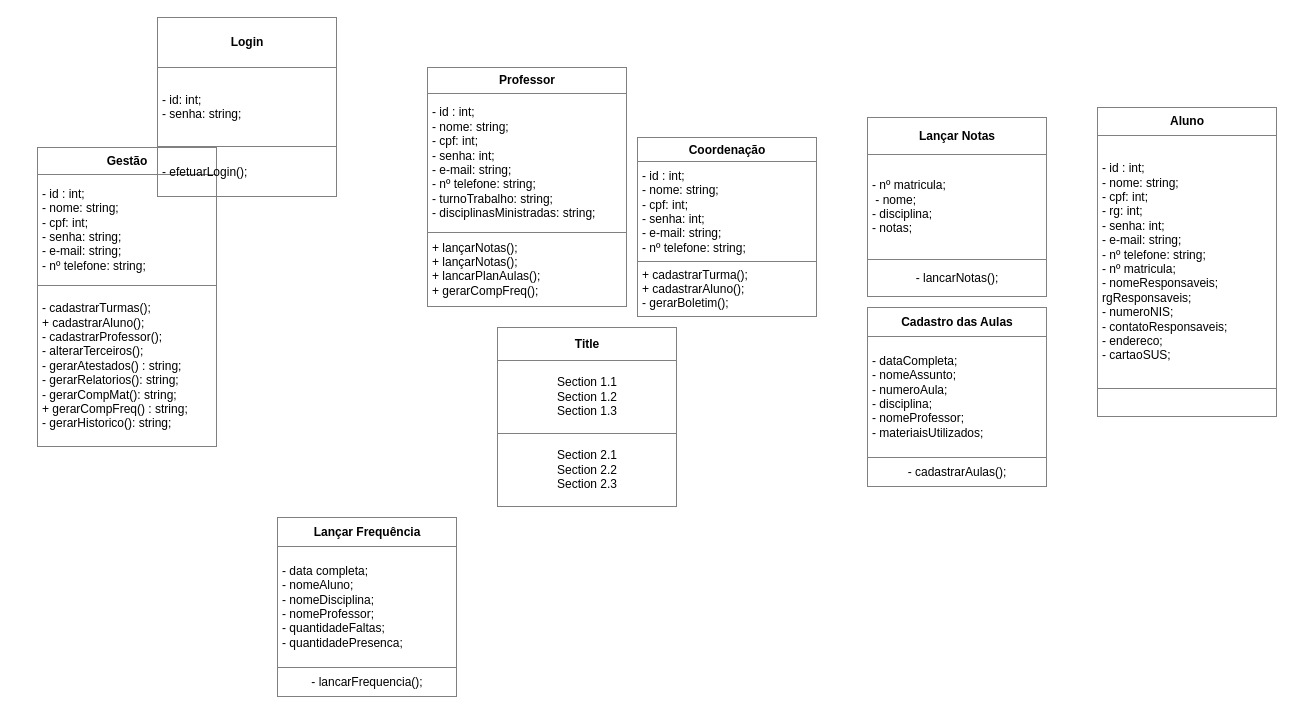
Earlier version of the draw.io diagram DIAGRAMA DE CLASSE.drawio (LizReis/An-lise-de-Sistemas). Source tidied: cells renumbered, new cells numbered last; positions are measured from the earlier drawing's top-left corner, leaving out a move shared by most shapes. Both pictures are drawn from the tidied source at 100%, with x=0, y=0 at pixel (37, 17).
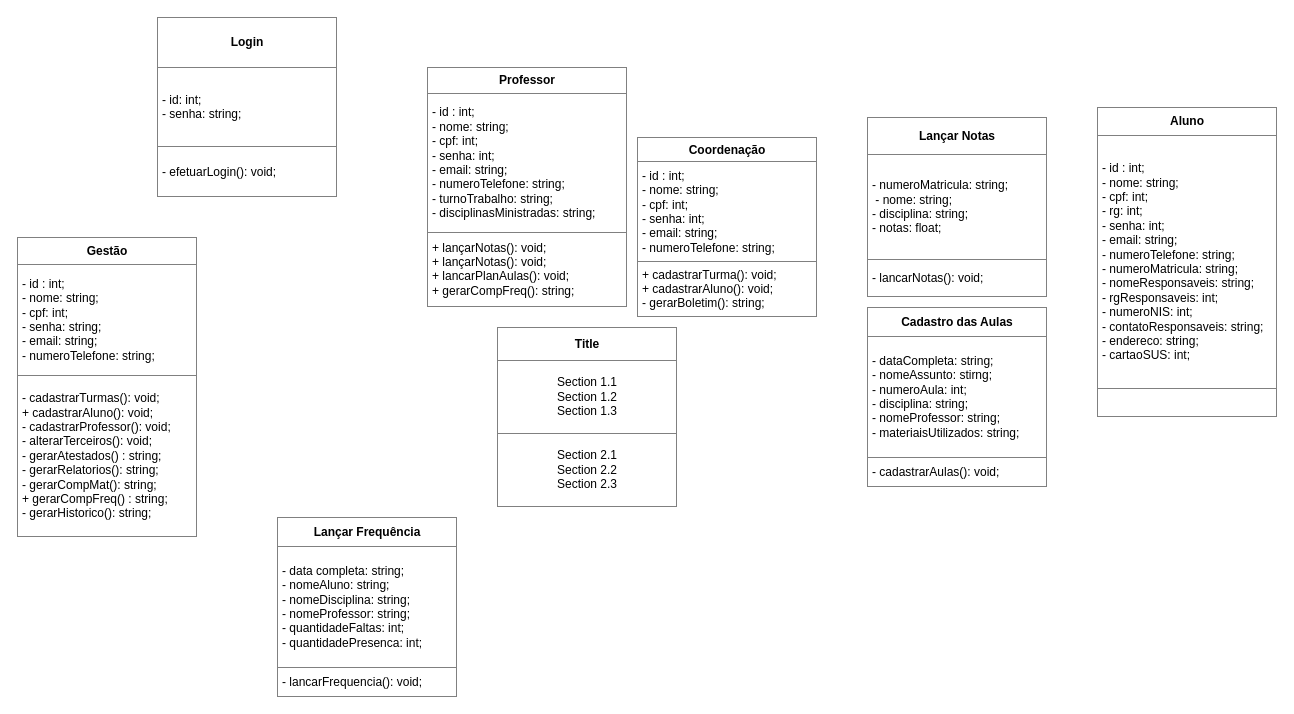
After the change.

What changed in the source:
```diff
@@
 <mxGraphModel>
   <root>
     <mxCell id="0" />
     <mxCell id="1" parent="0" />
-    <mxCell id="2" value="&lt;table border=&quot;1&quot; width=&quot;100%&quot; height=&quot;100%&quot; cellpadding=&quot;4&quot; style=&quot;width:100%;height:100%;border-collapse:collapse;&quot;&gt;&lt;tbody&gt;&lt;tr&gt;&lt;th align=&quot;center&quot;&gt;&lt;b&gt;Gestão&lt;/b&gt;&lt;/th&gt;&lt;/tr&gt;&lt;tr&gt;&lt;td&gt;- id : int;&lt;br&gt;- nome: string;&lt;br&gt;- cpf: int;&lt;br&gt;- senha: string;&lt;br&gt;- e-mail: string;&lt;br&gt;- nº telefone: string;&lt;/td&gt;&lt;/tr&gt;&lt;tr&gt;&lt;td&gt;- cadastrarTurmas();&lt;br&gt;+ cadastrarAluno();&lt;br&gt;- cadastrarProfessor();&lt;br&gt;- alterarTerceiros();&lt;br&gt;- gerarAtestados() : string;&lt;br&gt;- gerarRelatorios(): string;&lt;br&gt;- gerarCompMat(): string;&lt;br&gt;+ gerarCompFreq() : string;&lt;br&gt;- gerarHistorico(): string;&lt;br&gt;&lt;/td&gt;&lt;/tr&gt;&lt;/tbody&gt;&lt;/table&gt;" style="text;html=1;whiteSpace=wrap;strokeColor=none;fillColor=none;overflow=fill;" parent="1" vertex="1">
-      <mxGeometry y="130" width="180" height="300" as="geometry" />
+    <mxCell id="2" value="&lt;table border=&quot;1&quot; width=&quot;100%&quot; height=&quot;100%&quot; cellpadding=&quot;4&quot; style=&quot;width:100%;height:100%;border-collapse:collapse;&quot;&gt;&lt;tbody&gt;&lt;tr&gt;&lt;th align=&quot;center&quot;&gt;&lt;b&gt;Gestão&lt;/b&gt;&lt;/th&gt;&lt;/tr&gt;&lt;tr&gt;&lt;td&gt;- id : int;&lt;br&gt;- nome: string;&lt;br&gt;- cpf: int;&lt;br&gt;- senha: string;&lt;br&gt;- email: string;&lt;br&gt;- numeroTelefone: string;&lt;/td&gt;&lt;/tr&gt;&lt;tr&gt;&lt;td&gt;- cadastrarTurmas(): void;&lt;br&gt;+ cadastrarAluno(): void;&lt;br&gt;- cadastrarProfessor(): void;&lt;br&gt;- alterarTerceiros(): void;&lt;br&gt;- gerarAtestados() : string;&lt;br&gt;- gerarRelatorios(): string;&lt;br&gt;- gerarCompMat(): string;&lt;br&gt;+ gerarCompFreq() : string;&lt;br&gt;- gerarHistorico(): string;&lt;br&gt;&lt;/td&gt;&lt;/tr&gt;&lt;/tbody&gt;&lt;/table&gt;" style="text;html=1;whiteSpace=wrap;strokeColor=none;fillColor=none;overflow=fill;" parent="1" vertex="1">
+      <mxGeometry x="-20" y="220" width="180" height="300" as="geometry" />
     </mxCell>
-    <mxCell id="3" value="&lt;table border=&quot;1&quot; width=&quot;100%&quot; height=&quot;100%&quot; cellpadding=&quot;4&quot; style=&quot;width:100%;height:100%;border-collapse:collapse;&quot;&gt;&lt;tbody&gt;&lt;tr&gt;&lt;th align=&quot;center&quot;&gt;&lt;b&gt;Coordenação&lt;/b&gt;&lt;/th&gt;&lt;/tr&gt;&lt;tr&gt;&lt;td&gt;- id : int;&lt;br&gt;- nome: string;&lt;br&gt;- cpf: int;&lt;br&gt;- senha: int;&lt;br&gt;- e-mail: string;&lt;br&gt;- nº telefone: string;&lt;/td&gt;&lt;/tr&gt;&lt;tr&gt;&lt;td&gt;+ cadastrarTurma();&lt;br&gt;+ cadastrarAluno();&lt;br&gt;- gerarBoletim();&lt;/td&gt;&lt;/tr&gt;&lt;/tbody&gt;&lt;/table&gt;" style="text;html=1;whiteSpace=wrap;strokeColor=none;fillColor=none;overflow=fill;" parent="1" vertex="1">
+    <mxCell id="3" value="&lt;table border=&quot;1&quot; width=&quot;100%&quot; height=&quot;100%&quot; cellpadding=&quot;4&quot; style=&quot;width:100%;height:100%;border-collapse:collapse;&quot;&gt;&lt;tbody&gt;&lt;tr&gt;&lt;th align=&quot;center&quot;&gt;&lt;b&gt;Coordenação&lt;/b&gt;&lt;/th&gt;&lt;/tr&gt;&lt;tr&gt;&lt;td&gt;- id : int;&lt;br&gt;- nome: string;&lt;br&gt;- cpf: int;&lt;br&gt;- senha: int;&lt;br&gt;- email: string;&lt;br&gt;- numeroTelefone: string;&lt;/td&gt;&lt;/tr&gt;&lt;tr&gt;&lt;td&gt;+ cadastrarTurma(): void;&lt;br&gt;+ cadastrarAluno(): void;&lt;br&gt;- gerarBoletim(): string;&lt;/td&gt;&lt;/tr&gt;&lt;/tbody&gt;&lt;/table&gt;" style="text;html=1;whiteSpace=wrap;strokeColor=none;fillColor=none;overflow=fill;" parent="1" vertex="1">
       <mxGeometry x="600" y="120" width="180" height="180" as="geometry" />
     </mxCell>
-    <mxCell id="4" value="&lt;table border=&quot;1&quot; width=&quot;100%&quot; height=&quot;100%&quot; cellpadding=&quot;4&quot; style=&quot;width:100%;height:100%;border-collapse:collapse;&quot;&gt;&lt;tbody&gt;&lt;tr&gt;&lt;th align=&quot;center&quot;&gt;Professor&lt;/th&gt;&lt;/tr&gt;&lt;tr&gt;&lt;td&gt;- id : int;&lt;br&gt;- nome: string;&lt;br&gt;- cpf: int;&lt;br&gt;- senha: int;&lt;br&gt;- e-mail: string;&lt;br&gt;- nº telefone: string;&lt;span style=&quot;&quot;&gt;&lt;br&gt;- turnoTrabalho: string;&lt;br&gt;- disciplinasMinistradas: string;&lt;/span&gt;&lt;/td&gt;&lt;/tr&gt;&lt;tr&gt;&lt;td&gt;+ lançarNotas();&lt;br&gt;+ lançarNotas();&lt;br&gt;+ lancarPlanAulas();&lt;br&gt;+ gerarCompFreq();&lt;/td&gt;&lt;/tr&gt;&lt;/tbody&gt;&lt;/table&gt;" style="text;html=1;whiteSpace=wrap;strokeColor=none;fillColor=none;overflow=fill;" parent="1" vertex="1">
+    <mxCell id="4" value="&lt;table border=&quot;1&quot; width=&quot;100%&quot; height=&quot;100%&quot; cellpadding=&quot;4&quot; style=&quot;width:100%;height:100%;border-collapse:collapse;&quot;&gt;&lt;tbody&gt;&lt;tr&gt;&lt;th align=&quot;center&quot;&gt;Professor&lt;/th&gt;&lt;/tr&gt;&lt;tr&gt;&lt;td&gt;- id : int;&lt;br&gt;- nome: string;&lt;br&gt;- cpf: int;&lt;br&gt;- senha: int;&lt;br&gt;- email: string;&lt;br&gt;- numeroTelefone: string;&lt;span style=&quot;&quot;&gt;&lt;br&gt;- turnoTrabalho: string;&lt;br&gt;- disciplinasMinistradas: string;&lt;/span&gt;&lt;/td&gt;&lt;/tr&gt;&lt;tr&gt;&lt;td&gt;+ lançarNotas(): void;&lt;br&gt;+ lançarNotas(): void;&lt;br&gt;+ lancarPlanAulas(): void;&lt;br&gt;+ gerarCompFreq(): string;&lt;/td&gt;&lt;/tr&gt;&lt;/tbody&gt;&lt;/table&gt;" style="text;html=1;whiteSpace=wrap;strokeColor=none;fillColor=none;overflow=fill;" parent="1" vertex="1">
       <mxGeometry x="390" y="50" width="200" height="240" as="geometry" />
     </mxCell>
-    <mxCell id="5" value="&lt;table border=&quot;1&quot; width=&quot;100%&quot; height=&quot;100%&quot; cellpadding=&quot;4&quot; style=&quot;width:100%;height:100%;border-collapse:collapse;&quot;&gt;&lt;tbody&gt;&lt;tr&gt;&lt;th align=&quot;center&quot;&gt;&lt;b&gt;Login&lt;/b&gt;&lt;/th&gt;&lt;/tr&gt;&lt;tr&gt;&lt;td&gt;- id: int;&lt;br&gt;- senha: string;&lt;/td&gt;&lt;/tr&gt;&lt;tr&gt;&lt;td&gt;- efetuarLogin();&lt;/td&gt;&lt;/tr&gt;&lt;/tbody&gt;&lt;/table&gt;" style="text;html=1;whiteSpace=wrap;strokeColor=none;fillColor=none;overflow=fill;" parent="1" vertex="1">
+    <mxCell id="5" value="&lt;table border=&quot;1&quot; width=&quot;100%&quot; height=&quot;100%&quot; cellpadding=&quot;4&quot; style=&quot;width:100%;height:100%;border-collapse:collapse;&quot;&gt;&lt;tbody&gt;&lt;tr&gt;&lt;th align=&quot;center&quot;&gt;&lt;b&gt;Login&lt;/b&gt;&lt;/th&gt;&lt;/tr&gt;&lt;tr&gt;&lt;td&gt;- id: int;&lt;br&gt;- senha: string;&lt;/td&gt;&lt;/tr&gt;&lt;tr&gt;&lt;td&gt;- efetuarLogin(): void;&lt;/td&gt;&lt;/tr&gt;&lt;/tbody&gt;&lt;/table&gt;" style="text;html=1;whiteSpace=wrap;strokeColor=none;fillColor=none;overflow=fill;" parent="1" vertex="1">
       <mxGeometry x="120" width="180" height="180" as="geometry" />
     </mxCell>
-    <mxCell id="6" value="&lt;table border=&quot;1&quot; width=&quot;100%&quot; height=&quot;100%&quot; cellpadding=&quot;4&quot; style=&quot;width:100%;height:100%;border-collapse:collapse;&quot;&gt;&lt;tbody&gt;&lt;tr&gt;&lt;th align=&quot;center&quot;&gt;&lt;b&gt;Aluno&lt;/b&gt;&lt;/th&gt;&lt;/tr&gt;&lt;tr&gt;&lt;td&gt;&lt;span style=&quot;&quot;&gt;- id : int;&lt;/span&gt;&lt;br style=&quot;&quot;&gt;&lt;span style=&quot;&quot;&gt;- nome: string;&lt;/span&gt;&lt;br style=&quot;&quot;&gt;&lt;span style=&quot;&quot;&gt;- cpf: int;&lt;br&gt;- rg: int;&lt;br&gt;&lt;/span&gt;&lt;span style=&quot;&quot;&gt;- senha: int;&lt;/span&gt;&lt;br style=&quot;&quot;&gt;&lt;span style=&quot;&quot;&gt;- e-mail: string;&lt;/span&gt;&lt;br style=&quot;&quot;&gt;&lt;span style=&quot;&quot;&gt;- nº telefone: string;&lt;br&gt;&lt;/span&gt;&lt;span style=&quot;&quot;&gt;- nº matricula;&lt;br&gt;- nomeResponsaveis;&lt;br&gt;rgResponsaveis;&lt;br&gt;- numeroNIS;&lt;br&gt;- contatoResponsaveis;&lt;br&gt;- endereco;&lt;br&gt;- cartaoSUS;&lt;br&gt;&lt;/span&gt;&lt;/td&gt;&lt;/tr&gt;&lt;tr&gt;&lt;td&gt;&lt;br&gt;&lt;/td&gt;&lt;/tr&gt;&lt;/tbody&gt;&lt;/table&gt;" style="text;html=1;whiteSpace=wrap;strokeColor=none;fillColor=none;overflow=fill;" parent="1" vertex="1">
+    <mxCell id="6" value="&lt;table border=&quot;1&quot; width=&quot;100%&quot; height=&quot;100%&quot; cellpadding=&quot;4&quot; style=&quot;width:100%;height:100%;border-collapse:collapse;&quot;&gt;&lt;tbody&gt;&lt;tr&gt;&lt;th align=&quot;center&quot;&gt;&lt;b&gt;Aluno&lt;/b&gt;&lt;/th&gt;&lt;/tr&gt;&lt;tr&gt;&lt;td&gt;&lt;span style=&quot;&quot;&gt;- id : int;&lt;/span&gt;&lt;br style=&quot;&quot;&gt;&lt;span style=&quot;&quot;&gt;- nome: string;&lt;/span&gt;&lt;br style=&quot;&quot;&gt;&lt;span style=&quot;&quot;&gt;- cpf: int;&lt;br&gt;- rg: int;&lt;br&gt;&lt;/span&gt;&lt;span style=&quot;&quot;&gt;- senha: int;&lt;/span&gt;&lt;br style=&quot;&quot;&gt;&lt;span style=&quot;&quot;&gt;- email: string;&lt;/span&gt;&lt;br style=&quot;&quot;&gt;&lt;span style=&quot;&quot;&gt;- numeroTelefone: string;&lt;br&gt;&lt;/span&gt;&lt;span style=&quot;&quot;&gt;- numeroMatricula: string;&lt;br&gt;- nomeResponsaveis: string;&lt;br&gt;- rgResponsaveis: int;&lt;br&gt;- numeroNIS: int;&lt;br&gt;- contatoResponsaveis: string;&lt;br&gt;- endereco: string;&lt;br&gt;- cartaoSUS: int;&lt;br&gt;&lt;/span&gt;&lt;/td&gt;&lt;/tr&gt;&lt;tr&gt;&lt;td&gt;&lt;br&gt;&lt;/td&gt;&lt;/tr&gt;&lt;/tbody&gt;&lt;/table&gt;" style="text;html=1;whiteSpace=wrap;strokeColor=none;fillColor=none;overflow=fill;" parent="1" vertex="1">
       <mxGeometry x="1060" y="90" width="180" height="310" as="geometry" />
     </mxCell>
-    <mxCell id="7" value="&lt;table border=&quot;1&quot; width=&quot;100%&quot; height=&quot;100%&quot; cellpadding=&quot;4&quot; style=&quot;width:100%;height:100%;border-collapse:collapse;&quot;&gt;&lt;tbody&gt;&lt;tr&gt;&lt;th align=&quot;center&quot;&gt;Lançar Notas&lt;/th&gt;&lt;/tr&gt;&lt;tr&gt;&lt;td&gt;- nº matricula;&lt;br&gt;&amp;nbsp;- nome;&lt;br&gt;- disciplina;&lt;br&gt;- notas;&lt;/td&gt;&lt;/tr&gt;&lt;tr&gt;&lt;td align=&quot;center&quot;&gt;- lancarNotas();&lt;/td&gt;&lt;/tr&gt;&lt;/tbody&gt;&lt;/table&gt;" style="text;html=1;whiteSpace=wrap;strokeColor=none;fillColor=none;overflow=fill;" parent="1" vertex="1">
+    <mxCell id="7" value="&lt;table border=&quot;1&quot; width=&quot;100%&quot; height=&quot;100%&quot; cellpadding=&quot;4&quot; style=&quot;width:100%;height:100%;border-collapse:collapse;&quot;&gt;&lt;tbody&gt;&lt;tr&gt;&lt;th align=&quot;center&quot;&gt;Lançar Notas&lt;/th&gt;&lt;/tr&gt;&lt;tr&gt;&lt;td&gt;- numeroMatricula: string;&lt;br&gt;&amp;nbsp;- nome: string;&lt;br&gt;- disciplina: string;&lt;br&gt;- notas: float;&lt;/td&gt;&lt;/tr&gt;&lt;tr&gt;&lt;td&gt;- lancarNotas(): void;&lt;/td&gt;&lt;/tr&gt;&lt;/tbody&gt;&lt;/table&gt;" style="text;html=1;whiteSpace=wrap;strokeColor=none;fillColor=none;overflow=fill;" parent="1" vertex="1">
       <mxGeometry x="830" y="100" width="180" height="180" as="geometry" />
     </mxCell>
-    <mxCell id="8" value="&lt;table border=&quot;1&quot; width=&quot;100%&quot; height=&quot;100%&quot; cellpadding=&quot;4&quot; style=&quot;width:100%;height:100%;border-collapse:collapse;&quot;&gt;&lt;tbody&gt;&lt;tr&gt;&lt;th align=&quot;center&quot;&gt;&lt;b&gt;Lançar Frequência&lt;/b&gt;&lt;/th&gt;&lt;/tr&gt;&lt;tr&gt;&lt;td&gt;- data completa;&lt;br&gt;- nomeAluno;&lt;br&gt;- nomeDisciplina;&lt;br&gt;- nomeProfessor;&lt;br&gt;- quantidadeFaltas;&lt;br&gt;- quantidadePresenca;&lt;/td&gt;&lt;/tr&gt;&lt;tr&gt;&lt;td align=&quot;center&quot;&gt;- lancarFrequencia();&lt;/td&gt;&lt;/tr&gt;&lt;/tbody&gt;&lt;/table&gt;" style="text;html=1;whiteSpace=wrap;strokeColor=none;fillColor=none;overflow=fill;" parent="1" vertex="1">
+    <mxCell id="8" value="&lt;table border=&quot;1&quot; width=&quot;100%&quot; height=&quot;100%&quot; cellpadding=&quot;4&quot; style=&quot;width:100%;height:100%;border-collapse:collapse;&quot;&gt;&lt;tbody&gt;&lt;tr&gt;&lt;th align=&quot;center&quot;&gt;&lt;b&gt;Lançar Frequência&lt;/b&gt;&lt;/th&gt;&lt;/tr&gt;&lt;tr&gt;&lt;td&gt;- data completa: string;&lt;br&gt;- nomeAluno: string;&lt;br&gt;- nomeDisciplina: string;&lt;br&gt;- nomeProfessor: string;&lt;br&gt;- quantidadeFaltas: int;&lt;br&gt;- quantidadePresenca: int;&lt;/td&gt;&lt;/tr&gt;&lt;tr&gt;&lt;td&gt;- lancarFrequencia(): void;&lt;/td&gt;&lt;/tr&gt;&lt;/tbody&gt;&lt;/table&gt;" style="text;html=1;whiteSpace=wrap;strokeColor=none;fillColor=none;overflow=fill;" parent="1" vertex="1">
       <mxGeometry x="240" y="500" width="180" height="180" as="geometry" />
     </mxCell>
-    <mxCell id="9" value="&lt;table border=&quot;1&quot; width=&quot;100%&quot; height=&quot;100%&quot; cellpadding=&quot;4&quot; style=&quot;width:100%;height:100%;border-collapse:collapse;&quot;&gt;&lt;tbody&gt;&lt;tr&gt;&lt;th align=&quot;center&quot;&gt;Cadastro das Aulas&lt;/th&gt;&lt;/tr&gt;&lt;tr&gt;&lt;td&gt;- dataCompleta;&lt;br&gt;- nomeAssunto;&lt;br&gt;- numeroAula;&lt;br&gt;- disciplina;&lt;br&gt;- nomeProfessor;&lt;br&gt;- materiaisUtilizados;&lt;/td&gt;&lt;/tr&gt;&lt;tr&gt;&lt;td align=&quot;center&quot;&gt;- cadastrarAulas();&lt;/td&gt;&lt;/tr&gt;&lt;/tbody&gt;&lt;/table&gt;" style="text;html=1;whiteSpace=wrap;strokeColor=none;fillColor=none;overflow=fill;" parent="1" vertex="1">
+    <mxCell id="9" value="&lt;table border=&quot;1&quot; width=&quot;100%&quot; height=&quot;100%&quot; cellpadding=&quot;4&quot; style=&quot;width:100%;height:100%;border-collapse:collapse;&quot;&gt;&lt;tbody&gt;&lt;tr&gt;&lt;th align=&quot;center&quot;&gt;Cadastro das Aulas&lt;/th&gt;&lt;/tr&gt;&lt;tr&gt;&lt;td&gt;- dataCompleta: string;&lt;br&gt;- nomeAssunto: stirng;&lt;br&gt;- numeroAula: int;&lt;br&gt;- disciplina: string;&lt;br&gt;- nomeProfessor: string;&lt;br&gt;- materiaisUtilizados: string;&lt;/td&gt;&lt;/tr&gt;&lt;tr&gt;&lt;td&gt;- cadastrarAulas(): void;&lt;/td&gt;&lt;/tr&gt;&lt;/tbody&gt;&lt;/table&gt;" style="text;html=1;whiteSpace=wrap;strokeColor=none;fillColor=none;overflow=fill;" parent="1" vertex="1">
       <mxGeometry x="830" y="290" width="180" height="180" as="geometry" />
     </mxCell>
     <mxCell id="10" value="&lt;table border=&quot;1&quot; width=&quot;100%&quot; height=&quot;100%&quot; cellpadding=&quot;4&quot; style=&quot;width:100%;height:100%;border-collapse:collapse;&quot;&gt;&lt;tr&gt;&lt;th align=&quot;center&quot;&gt;&lt;b&gt;Title&lt;/b&gt;&lt;/th&gt;&lt;/tr&gt;&lt;tr&gt;&lt;td align=&quot;center&quot;&gt;Section 1.1&#10;Section 1.2&#10;Section 1.3&lt;/td&gt;&lt;/tr&gt;&lt;tr&gt;&lt;td align=&quot;center&quot;&gt;Section 2.1&#10;Section 2.2&#10;Section 2.3&lt;/td&gt;&lt;/tr&gt;&lt;/table&gt;" style="text;html=1;whiteSpace=wrap;strokeColor=none;fillColor=none;overflow=fill;" parent="1" vertex="1">
       <mxGeometry x="460" y="310" width="180" height="180" as="geometry" />
     </mxCell>
   </root>
 </mxGraphModel>
```
